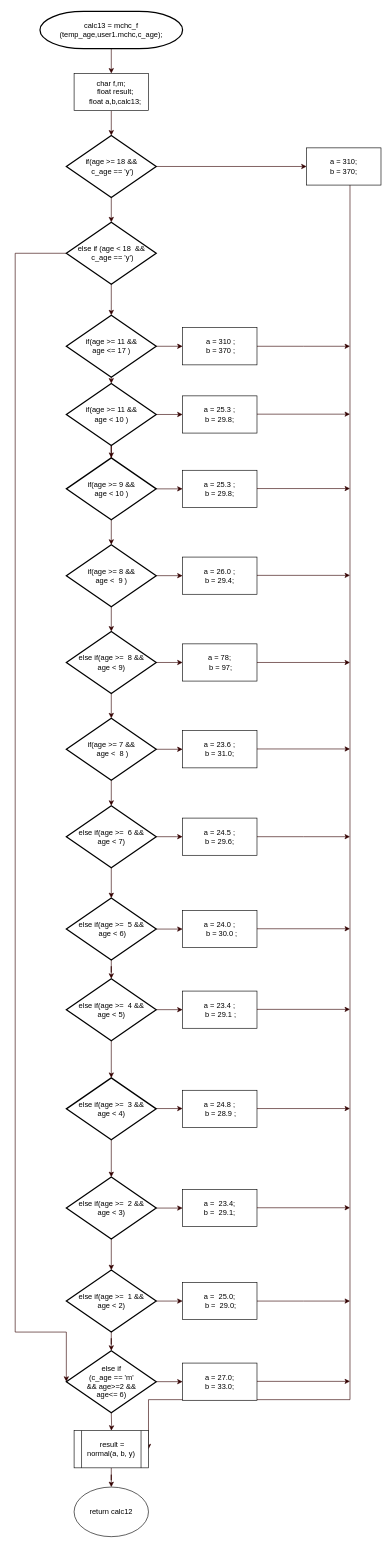
Above: page "calc13" (15 of 17) of Untitled Diagram.drawio in osamu296/anemia-risk-detector-cdio (draw.io), before the change. Source tidied: cells renumbered, new cells numbered last; positions are measured from the earlier drawing's top-left corner, leaving out a move shared by most shapes. Both pictures are drawn from the tidied source at 62%, with x=0, y=0 at pixel (15, 11).
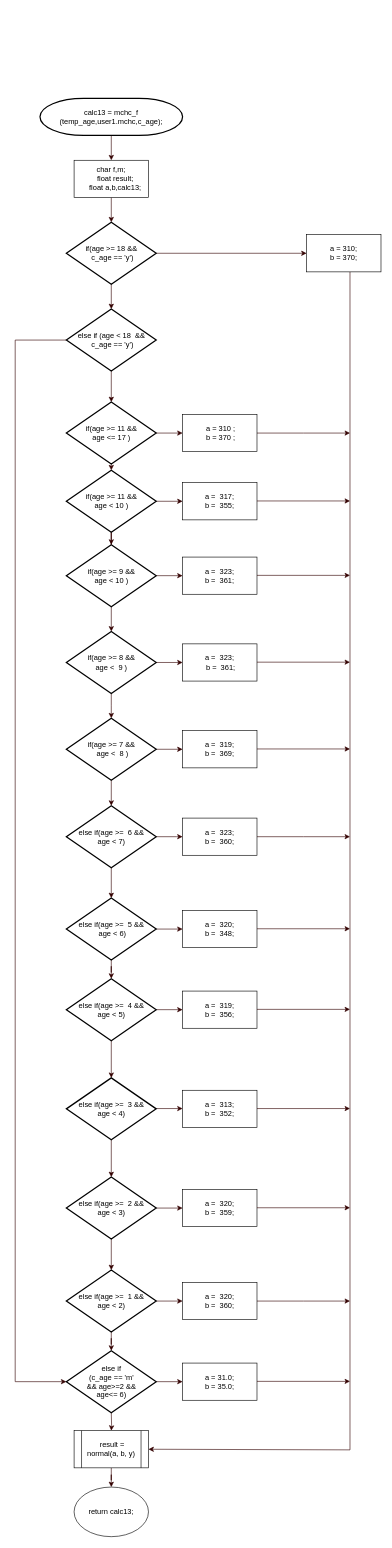
After the change.

The change refers to these unchanged cells:
```xml
<mxCell id="31" value="if(age &amp;gt;= 7 &amp;amp;&amp;amp;&lt;br&gt;&amp;nbsp;age &amp;lt;&amp;nbsp; 8 )" style="strokeWidth=2;html=1;shape=mxgraph.flowchart.decision;whiteSpace=wrap;rounded=0;strokeColor=default;fontFamily=Helvetica;fontSize=12;fontColor=default;fillColor=default;" parent="1" vertex="1">
  <mxGeometry x="82.5" y="1140" width="145" height="100" as="geometry" />
</mxCell>
<mxCell id="34" value="&amp;nbsp;result = normal(a, b, y)" style="shape=process;whiteSpace=wrap;html=1;backgroundOutline=1;rounded=0;strokeColor=default;fontFamily=Helvetica;fontSize=12;fontColor=default;fillColor=default;" parent="1" vertex="1">
  <mxGeometry x="95" y="2289" width="120" height="60" as="geometry" />
</mxCell>
<mxCell id="70" value="else if&lt;br&gt;(c_age == 'm' &lt;br&gt;&amp;amp;&amp;amp; age&amp;gt;=2 &amp;amp;&amp;amp; &lt;br&gt;age&amp;lt;= 6)" style="strokeWidth=2;html=1;shape=mxgraph.flowchart.decision;whiteSpace=wrap;rounded=0;strokeColor=default;fontFamily=Helvetica;fontSize=12;fontColor=default;fillColor=default;" parent="1" vertex="1">
  <mxGeometry x="82.5" y="2160" width="145" height="100" as="geometry" />
</mxCell>
```

Diff of the diagram source:
```diff
@@
     <mxCell id="3" value="calc13 = mchc_f&lt;br&gt;(temp_age,user1.mchc,c_age);" style="strokeWidth=2;html=1;shape=mxgraph.flowchart.terminator;whiteSpace=wrap;rounded=0;strokeColor=default;fontFamily=Helvetica;fontSize=12;fontColor=default;fillColor=default;" parent="1" vertex="1">
-      <mxGeometry x="40" width="230" height="60" as="geometry" />
+      <mxGeometry x="40" y="140" width="230" height="60" as="geometry" />
     </mxCell>
@@
     <mxCell id="5" value="&lt;div&gt;char f,m;&lt;/div&gt;&lt;div&gt;&amp;nbsp; &amp;nbsp; float result;&lt;/div&gt;&lt;div&gt;&amp;nbsp; &amp;nbsp; float a,b,calc13;&lt;/div&gt;" style="rounded=0;whiteSpace=wrap;html=1;strokeColor=default;fontFamily=Helvetica;fontSize=12;fontColor=default;fillColor=default;" parent="1" vertex="1">
-      <mxGeometry x="95" y="100" width="120" height="60" as="geometry" />
+      <mxGeometry x="95" y="240" width="120" height="60" as="geometry" />
     </mxCell>
@@
     <mxCell id="8" value="if(age &amp;gt;= 18 &amp;amp;&amp;amp;&lt;br&gt;&amp;nbsp;c_age == 'y')" style="strokeWidth=2;html=1;shape=mxgraph.flowchart.decision;whiteSpace=wrap;rounded=0;strokeColor=default;fontFamily=Helvetica;fontSize=12;fontColor=default;fillColor=default;" parent="1" vertex="1">
-      <mxGeometry x="82.5" y="200" width="145" height="100" as="geometry" />
+      <mxGeometry x="82.5" y="340" width="145" height="100" as="geometry" />
     </mxCell>
     <mxCell id="9" style="edgeStyle=orthogonalEdgeStyle;rounded=0;jettySize=auto;html=1;entryX=1;entryY=0.5;entryDx=0;entryDy=0;strokeColor=#330000;fontFamily=Helvetica;fontSize=12;fontColor=default;fillColor=#33FF33;" parent="1" edge="1" source="10" target="34">
       <mxGeometry relative="1" as="geometry">
         <Array as="points">
-          <mxPoint x="540" y="2239" />
+          <mxPoint x="540" y="2320" />
         </Array>
       </mxGeometry>
     </mxCell>
     <mxCell id="10" value="&lt;div&gt;a = 310;&lt;/div&gt;&lt;div&gt;b = 370;&lt;/div&gt;" style="whiteSpace=wrap;html=1;rounded=0;strokeColor=default;fontFamily=Helvetica;fontSize=12;fontColor=default;fillColor=default;" parent="1" vertex="1">
-      <mxGeometry x="470" y="220" width="120" height="60" as="geometry" />
+      <mxGeometry x="470" y="360" width="120" height="60" as="geometry" />
     </mxCell>
@@
     <mxCell id="12" style="edgeStyle=orthogonalEdgeStyle;rounded=0;jettySize=auto;html=1;strokeColor=#330000;fontFamily=Helvetica;fontSize=12;fontColor=default;fillColor=#33FF33;entryX=0;entryY=0.5;entryDx=0;entryDy=0;entryPerimeter=0;" parent="1" edge="1" source="13" target="70">
       <mxGeometry relative="1" as="geometry">
         <Array as="points">
-          <mxPoint y="390" />
-          <mxPoint y="2130" />
+          <mxPoint y="530" />
+          <mxPoint y="2210" />
         </Array>
       </mxGeometry>
     </mxCell>
     <mxCell id="13" value="else if (age &amp;lt; 18&amp;nbsp; &amp;amp;&amp;amp;&lt;br&gt;&amp;nbsp;c_age == 'y')" style="strokeWidth=2;html=1;shape=mxgraph.flowchart.decision;whiteSpace=wrap;rounded=0;strokeColor=default;fontFamily=Helvetica;fontSize=12;fontColor=default;fillColor=default;" parent="1" vertex="1">
-      <mxGeometry x="82.5" y="340" width="145" height="100" as="geometry" />
+      <mxGeometry x="82.5" y="480" width="145" height="100" as="geometry" />
     </mxCell>
@@
     <mxCell id="16" value="if(age &amp;gt;= 11 &amp;amp;&amp;amp; &lt;br&gt;age &amp;lt;= 17 )" style="strokeWidth=2;html=1;shape=mxgraph.flowchart.decision;whiteSpace=wrap;rounded=0;strokeColor=default;fontFamily=Helvetica;fontSize=12;fontColor=default;fillColor=default;" parent="1" vertex="1">
-      <mxGeometry x="82.5" y="490" width="145" height="100" as="geometry" />
+      <mxGeometry x="82.5" y="630" width="145" height="100" as="geometry" />
     </mxCell>
@@
     <mxCell id="19" value="if(age &amp;gt;= 9 &amp;amp;&amp;amp; &lt;br&gt;age &amp;lt; 10 )" style="strokeWidth=2;html=1;shape=mxgraph.flowchart.decision;whiteSpace=wrap;rounded=0;strokeColor=default;fontFamily=Helvetica;fontSize=12;fontColor=default;fillColor=default;" parent="1" vertex="1">
-      <mxGeometry x="82.5" y="720" width="145" height="100" as="geometry" />
+      <mxGeometry x="82.5" y="860" width="145" height="100" as="geometry" />
     </mxCell>
-    <mxCell id="20" value="&lt;div&gt;a = 25.3 ;&lt;/div&gt;&lt;div&gt;b = 29.8;&lt;/div&gt;" style="whiteSpace=wrap;html=1;rounded=0;strokeColor=default;fontFamily=Helvetica;fontSize=12;fontColor=default;fillColor=default;" parent="1" vertex="1">
-      <mxGeometry x="270" y="740" width="120" height="60" as="geometry" />
+    <mxCell id="20" value="&lt;div&gt;a =&amp;nbsp; 323;&lt;/div&gt;&lt;div&gt;b =&amp;nbsp; 361;&lt;/div&gt;" style="whiteSpace=wrap;html=1;rounded=0;strokeColor=default;fontFamily=Helvetica;fontSize=12;fontColor=default;fillColor=default;" parent="1" vertex="1">
+      <mxGeometry x="270" y="880" width="120" height="60" as="geometry" />
     </mxCell>
-    <mxCell id="21" style="edgeStyle=orthogonalEdgeStyle;rounded=0;jettySize=auto;html=1;strokeColor=#330000;fontFamily=Helvetica;fontSize=12;fontColor=default;fillColor=#33FF33;" parent="1" edge="1" source="23" target="27">
-      <mxGeometry relative="1" as="geometry" />
+    <mxCell id="21" style="edgeStyle=orthogonalEdgeStyle;rounded=0;jettySize=auto;html=1;strokeColor=#330000;fontFamily=Helvetica;fontSize=12;fontColor=default;fillColor=#33FF33;" parent="1" edge="1" source="23">
+      <mxGeometry relative="1" as="geometry">
+        <mxPoint x="155" y="1140" as="targetPoint" />
+      </mxGeometry>
     </mxCell>
@@
     <mxCell id="23" value="if(age &amp;gt;= 8 &amp;amp;&amp;amp; &lt;br&gt;age &amp;lt;&amp;nbsp; 9 )" style="strokeWidth=2;html=1;shape=mxgraph.flowchart.decision;whiteSpace=wrap;rounded=0;strokeColor=default;fontFamily=Helvetica;fontSize=12;fontColor=default;fillColor=default;" parent="1" vertex="1">
-      <mxGeometry x="82.5" y="860" width="145" height="100" as="geometry" />
+      <mxGeometry x="82.5" y="1000" width="145" height="100" as="geometry" />
     </mxCell>
-    <mxCell id="24" value="&lt;div&gt;a = 26.0 ;&lt;/div&gt;&lt;div&gt;b = 29.4;&lt;/div&gt;" style="whiteSpace=wrap;html=1;rounded=0;strokeColor=default;fontFamily=Helvetica;fontSize=12;fontColor=default;fillColor=default;" parent="1" vertex="1">
-      <mxGeometry x="270" y="880" width="120" height="60" as="geometry" />
+    <mxCell id="24" value="&lt;div&gt;a =&amp;nbsp; 323;&lt;/div&gt;&lt;div&gt;&amp;nbsp;b =&amp;nbsp; 361;&lt;/div&gt;" style="whiteSpace=wrap;html=1;rounded=0;strokeColor=default;fontFamily=Helvetica;fontSize=12;fontColor=default;fillColor=default;" parent="1" vertex="1">
+      <mxGeometry x="270" y="1020" width="120" height="60" as="geometry" />
     </mxCell>
-    <mxCell id="25" style="edgeStyle=orthogonalEdgeStyle;rounded=0;jettySize=auto;html=1;strokeColor=#330000;fontFamily=Helvetica;fontSize=12;fontColor=default;fillColor=#33FF33;" parent="1" edge="1" source="27" target="28">
-      <mxGeometry relative="1" as="geometry" />
-    </mxCell>
-    <mxCell id="26" style="edgeStyle=orthogonalEdgeStyle;rounded=0;jettySize=auto;html=1;strokeColor=#330000;fontFamily=Helvetica;fontSize=12;fontColor=default;fillColor=#33FF33;" parent="1" edge="1" source="27" target="31">
-      <mxGeometry relative="1" as="geometry" />
-    </mxCell>
-    <mxCell id="27" value="else if(age &amp;gt;=&amp;nbsp; 8 &amp;amp;&amp;amp; &lt;br&gt;age &amp;lt; 9)" style="strokeWidth=2;html=1;shape=mxgraph.flowchart.decision;whiteSpace=wrap;rounded=0;strokeColor=default;fontFamily=Helvetica;fontSize=12;fontColor=default;fillColor=default;" parent="1" vertex="1">
-      <mxGeometry x="82.5" y="1000" width="145" height="100" as="geometry" />
-    </mxCell>
-    <mxCell id="28" value="&lt;div&gt;a = 78;&lt;/div&gt;&lt;div&gt;&amp;nbsp;b = 97;&lt;/div&gt;" style="whiteSpace=wrap;html=1;rounded=0;strokeColor=default;fontFamily=Helvetica;fontSize=12;fontColor=default;fillColor=default;" parent="1" vertex="1">
-      <mxGeometry x="270" y="1020" width="120" height="60" as="geometry" />
-    </mxCell>
@@
-    <mxCell id="32" value="&lt;div&gt;a = 23.6 ;&lt;/div&gt;&lt;div&gt;b = 31.0;&lt;/div&gt;" style="whiteSpace=wrap;html=1;rounded=0;strokeColor=default;fontFamily=Helvetica;fontSize=12;fontColor=default;fillColor=default;" parent="1" vertex="1">
+    <mxCell id="32" value="&lt;div&gt;a =&amp;nbsp; 319;&lt;/div&gt;&lt;div&gt;b =&amp;nbsp; 369;&lt;/div&gt;" style="whiteSpace=wrap;html=1;rounded=0;strokeColor=default;fontFamily=Helvetica;fontSize=12;fontColor=default;fillColor=default;" parent="1" vertex="1">
       <mxGeometry x="270" y="1160" width="120" height="60" as="geometry" />
     </mxCell>
@@
     <mxCell id="35" style="edgeStyle=orthogonalEdgeStyle;rounded=0;orthogonalLoop=1;jettySize=auto;html=1;strokeColor=#330000;fontFamily=Helvetica;fontSize=12;fontColor=default;fillColor=#33FF33;" parent="1" edge="1">
       <mxGeometry relative="1" as="geometry">
-        <mxPoint x="390" y="769.5" as="sourcePoint" />
-        <mxPoint x="540" y="769.5" as="targetPoint" />
+        <mxPoint x="390" y="909.5" as="sourcePoint" />
+        <mxPoint x="540" y="909.5" as="targetPoint" />
       </mxGeometry>
     </mxCell>
     <mxCell id="36" style="edgeStyle=orthogonalEdgeStyle;rounded=0;orthogonalLoop=1;jettySize=auto;html=1;strokeColor=#330000;fontFamily=Helvetica;fontSize=12;fontColor=default;fillColor=#33FF33;" parent="1" edge="1">
       <mxGeometry relative="1" as="geometry">
-        <mxPoint x="390" y="909.5" as="sourcePoint" />
-        <mxPoint x="540" y="909.5" as="targetPoint" />
+        <mxPoint x="390" y="1049.5" as="sourcePoint" />
+        <mxPoint x="540" y="1049.5" as="targetPoint" />
       </mxGeometry>
     </mxCell>
-    <mxCell id="37" style="edgeStyle=orthogonalEdgeStyle;rounded=0;orthogonalLoop=1;jettySize=auto;html=1;strokeColor=#330000;fontFamily=Helvetica;fontSize=12;fontColor=default;fillColor=#33FF33;" parent="1" edge="1">
-      <mxGeometry relative="1" as="geometry">
-        <mxPoint x="390" y="1050" as="sourcePoint" />
-        <mxPoint x="540" y="1050" as="targetPoint" />
-      </mxGeometry>
-    </mxCell>
@@
-    <mxCell id="39" value="return calc12" style="ellipse;whiteSpace=wrap;html=1;rounded=0;strokeColor=default;fontFamily=Helvetica;fontSize=12;fontColor=default;fillColor=default;" parent="1" vertex="1">
+    <mxCell id="39" value="return calc13;" style="ellipse;whiteSpace=wrap;html=1;rounded=0;strokeColor=default;fontFamily=Helvetica;fontSize=12;fontColor=default;fillColor=default;" parent="1" vertex="1">
       <mxGeometry x="95" y="2380" width="120" height="80" as="geometry" />
     </mxCell>
@@
-    <mxCell id="45" value="&lt;div&gt;a = 24.5 ;&lt;/div&gt;&lt;div&gt;&lt;span style=&quot;background-color: initial;&quot;&gt;b = 29.6;&lt;/span&gt;&lt;/div&gt;" style="whiteSpace=wrap;html=1;rounded=0;strokeColor=default;fontFamily=Helvetica;fontSize=12;fontColor=default;fillColor=default;" parent="1" vertex="1">
+    <mxCell id="45" value="&lt;div&gt;a =&amp;nbsp; 323;&lt;/div&gt;&lt;div&gt;b =&amp;nbsp; 360;&lt;/div&gt;" style="whiteSpace=wrap;html=1;rounded=0;strokeColor=default;fontFamily=Helvetica;fontSize=12;fontColor=default;fillColor=default;" parent="1" vertex="1">
       <mxGeometry x="270" y="1301" width="120" height="60" as="geometry" />
     </mxCell>
     <mxCell id="46" style="edgeStyle=orthogonalEdgeStyle;rounded=0;jettySize=auto;html=1;strokeColor=#330000;fontFamily=Helvetica;fontSize=12;fontColor=default;fillColor=#33FF33;" parent="1" edge="1" source="47">
       <mxGeometry relative="1" as="geometry">
-        <mxPoint x="540" y="540" as="targetPoint" />
+        <mxPoint x="540" y="680" as="targetPoint" />
       </mxGeometry>
     </mxCell>
     <mxCell id="47" value="&lt;div&gt;&amp;nbsp;a = 310 ;&lt;/div&gt;&lt;div&gt;&amp;nbsp;b = 370 ;&lt;/div&gt;" style="whiteSpace=wrap;html=1;rounded=0;strokeColor=default;fontFamily=Helvetica;fontSize=12;fontColor=default;fillColor=default;" parent="1" vertex="1">
-      <mxGeometry x="270" y="510" width="120" height="60" as="geometry" />
+      <mxGeometry x="270" y="650" width="120" height="60" as="geometry" />
     </mxCell>
@@
-    <mxCell id="51" value="&lt;div&gt;a = 24.0 ;&lt;/div&gt;&lt;div&gt;&amp;nbsp; b = 30.0 ;&lt;/div&gt;" style="whiteSpace=wrap;html=1;rounded=0;strokeColor=default;fontFamily=Helvetica;fontSize=12;fontColor=default;fillColor=default;" parent="1" vertex="1">
+    <mxCell id="51" value="&lt;div&gt;a =&amp;nbsp; 320;&lt;/div&gt;&lt;div&gt;b =&amp;nbsp; 348;&lt;/div&gt;" style="whiteSpace=wrap;html=1;rounded=0;strokeColor=default;fontFamily=Helvetica;fontSize=12;fontColor=default;fillColor=default;" parent="1" vertex="1">
       <mxGeometry x="270" y="1450" width="120" height="60" as="geometry" />
     </mxCell>
@@
-    <mxCell id="55" value="&lt;div style=&quot;border-color: var(--border-color);&quot;&gt;a = 23.4 ;&lt;/div&gt;&lt;div style=&quot;border-color: var(--border-color);&quot;&gt;&amp;nbsp;b = 29.1 ;&lt;/div&gt;" style="whiteSpace=wrap;html=1;rounded=0;strokeColor=default;fontFamily=Helvetica;fontSize=12;fontColor=default;fillColor=default;" parent="1" vertex="1">
+    <mxCell id="55" value="&lt;div style=&quot;border-color: var(--border-color);&quot;&gt;&lt;div style=&quot;border-color: var(--border-color);&quot;&gt;a =&amp;nbsp; 319;&lt;/div&gt;&lt;div style=&quot;border-color: var(--border-color);&quot;&gt;b =&amp;nbsp; 356;&lt;/div&gt;&lt;/div&gt;" style="whiteSpace=wrap;html=1;rounded=0;strokeColor=default;fontFamily=Helvetica;fontSize=12;fontColor=default;fillColor=default;" parent="1" vertex="1">
       <mxGeometry x="270" y="1580" width="120" height="60" as="geometry" />
     </mxCell>
@@
-    <mxCell id="59" value="&lt;div&gt;a = 24.8 ;&lt;/div&gt;&lt;div&gt;&amp;nbsp;b = 28.9 ;&lt;/div&gt;" style="whiteSpace=wrap;html=1;rounded=0;strokeColor=default;fontFamily=Helvetica;fontSize=12;fontColor=default;fillColor=default;" parent="1" vertex="1">
+    <mxCell id="59" value="&lt;div&gt;a =&amp;nbsp; 313;&lt;/div&gt;&lt;div&gt;b =&amp;nbsp; 352;&lt;/div&gt;" style="whiteSpace=wrap;html=1;rounded=0;strokeColor=default;fontFamily=Helvetica;fontSize=12;fontColor=default;fillColor=default;" parent="1" vertex="1">
       <mxGeometry x="270" y="1740" width="120" height="60" as="geometry" />
     </mxCell>
@@
-    <mxCell id="63" value="&lt;div&gt;a =&amp;nbsp; 23.4;&lt;/div&gt;&lt;div&gt;b =&amp;nbsp; 29.1;&lt;/div&gt;" style="whiteSpace=wrap;html=1;rounded=0;strokeColor=default;fontFamily=Helvetica;fontSize=12;fontColor=default;fillColor=default;" parent="1" vertex="1">
+    <mxCell id="63" value="&lt;div&gt;a =&amp;nbsp; 320;&lt;/div&gt;&lt;div&gt;b =&amp;nbsp; 359;&lt;/div&gt;" style="whiteSpace=wrap;html=1;rounded=0;strokeColor=default;fontFamily=Helvetica;fontSize=12;fontColor=default;fillColor=default;" parent="1" vertex="1">
       <mxGeometry x="270" y="1900" width="120" height="60" as="geometry" />
     </mxCell>
@@
-    <mxCell id="68" value="&lt;div&gt;a =&amp;nbsp; 25.0;&lt;/div&gt;&lt;div&gt;&amp;nbsp;b =&amp;nbsp; 29.0;&lt;/div&gt;" style="whiteSpace=wrap;html=1;rounded=0;strokeColor=default;fontFamily=Helvetica;fontSize=12;fontColor=default;fillColor=default;" parent="1" vertex="1">
+    <mxCell id="68" value="&lt;div&gt;a =&amp;nbsp; 320;&lt;/div&gt;&lt;div&gt;b =&amp;nbsp; 360;&lt;/div&gt;" style="whiteSpace=wrap;html=1;rounded=0;strokeColor=default;fontFamily=Helvetica;fontSize=12;fontColor=default;fillColor=default;" parent="1" vertex="1">
       <mxGeometry x="270" y="2050" width="120" height="60" as="geometry" />
     </mxCell>
@@
-    <mxCell id="71" value="&lt;div&gt;a = 27.0;&lt;/div&gt;&lt;div&gt;b = 33.0;&lt;/div&gt;" style="whiteSpace=wrap;html=1;rounded=0;strokeColor=default;fontFamily=Helvetica;fontSize=12;fontColor=default;fillColor=default;" parent="1" vertex="1">
+    <mxCell id="71" value="&lt;div&gt;a = 31.0;&lt;/div&gt;&lt;div&gt;b = 35.0;&lt;/div&gt;" style="whiteSpace=wrap;html=1;rounded=0;strokeColor=default;fontFamily=Helvetica;fontSize=12;fontColor=default;fillColor=default;" parent="1" vertex="1">
       <mxGeometry x="270" y="2180" width="120" height="60" as="geometry" />
     </mxCell>
@@
     <mxCell id="79" value="if(age &amp;gt;= 11 &amp;amp;&amp;amp; &lt;br&gt;age &amp;lt; 10 )" style="strokeWidth=2;html=1;shape=mxgraph.flowchart.decision;whiteSpace=wrap;rounded=0;strokeColor=default;fontFamily=Helvetica;fontSize=12;fontColor=default;fillColor=default;" parent="1" vertex="1">
-      <mxGeometry x="82.5" y="600" width="145" height="100" as="geometry" />
+      <mxGeometry x="82.5" y="740" width="145" height="100" as="geometry" />
     </mxCell>
-    <mxCell id="80" value="&lt;div&gt;a = 25.3 ;&lt;/div&gt;&lt;div&gt;b = 29.8;&lt;/div&gt;" style="whiteSpace=wrap;html=1;rounded=0;strokeColor=default;fontFamily=Helvetica;fontSize=12;fontColor=default;fillColor=default;" parent="1" vertex="1">
-      <mxGeometry x="270" y="620" width="120" height="60" as="geometry" />
+    <mxCell id="80" value="&lt;div&gt;a =&amp;nbsp; 317;&lt;/div&gt;&lt;div&gt;b =&amp;nbsp; 355;&lt;/div&gt;" style="whiteSpace=wrap;html=1;rounded=0;strokeColor=default;fontFamily=Helvetica;fontSize=12;fontColor=default;fillColor=default;" parent="1" vertex="1">
+      <mxGeometry x="270" y="760" width="120" height="60" as="geometry" />
     </mxCell>
     <mxCell id="81" style="edgeStyle=orthogonalEdgeStyle;rounded=0;orthogonalLoop=1;jettySize=auto;html=1;strokeColor=#330000;fontFamily=Helvetica;fontSize=12;fontColor=default;fillColor=#33FF33;" parent="1" edge="1">
       <mxGeometry relative="1" as="geometry">
-        <mxPoint x="390" y="649.5" as="sourcePoint" />
-        <mxPoint x="540" y="649.5" as="targetPoint" />
+        <mxPoint x="390" y="789.5" as="sourcePoint" />
+        <mxPoint x="540" y="789.5" as="targetPoint" />
       </mxGeometry>
     </mxCell>
```
